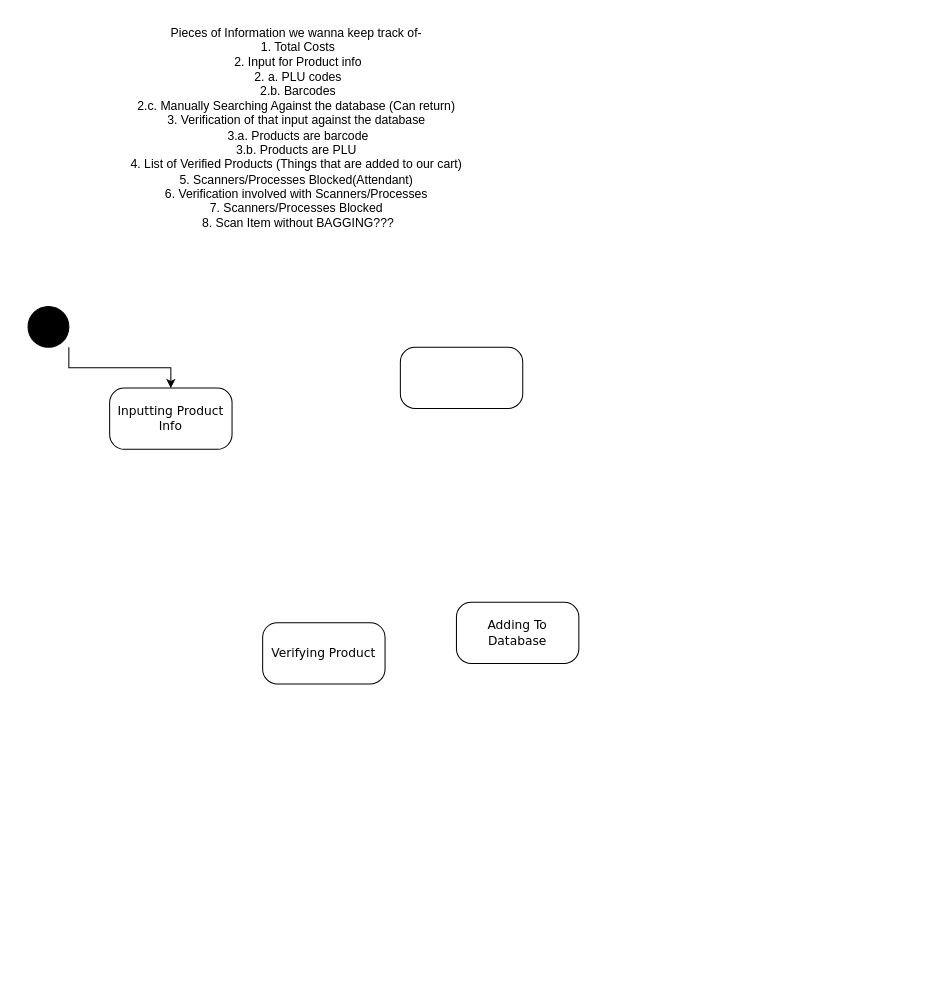
adam-25/Self-Checkout-System keeps this draw.io diagram as page "Scanning/Bagging" (2 of 2) of Diagrams/StateDiagrams/Untitled Diagram.drawio. Above is the earlier version. Source tidied: cells renumbered, new cells numbered last; positions are measured from the earlier drawing's top-left corner, leaving out a move shared by most shapes. Both pictures are drawn from the tidied source at 102%, with x=0, y=0 at pixel (17, 31).
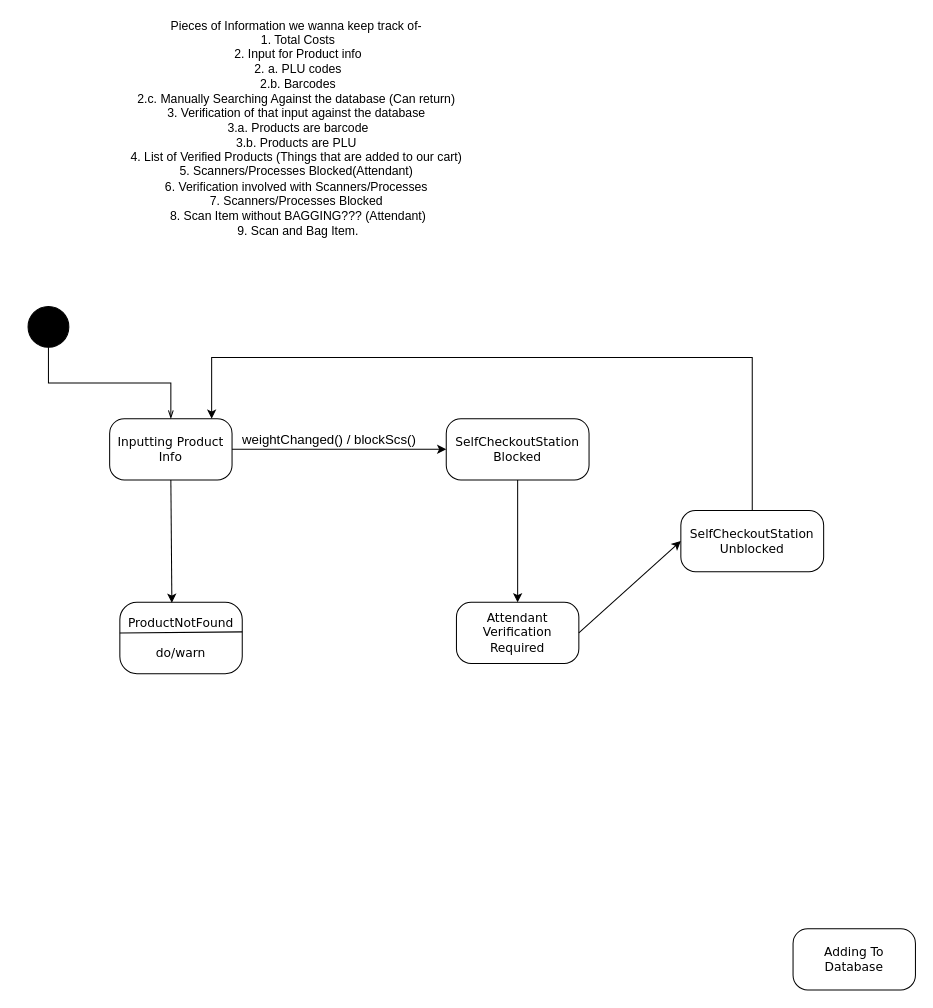
The same page after the edit.

Unchanged cells that the change refers to:
```xml
<mxCell id="8" style="shape=ellipse;html=1;fillColor=#000000;fontSize=18;fontColor=#ffffff;" parent="1" vertex="1">
  <mxGeometry x="10" y="270" width="40" height="40" as="geometry" />
</mxCell>
```

The edit, as a diff of the source:
```diff
@@
     <mxCell id="2" value="Adding To Database" style="rounded=1;whiteSpace=wrap;html=1;arcSize=24;shadow=0;comic=0;labelBackgroundColor=none;fontFamily=Verdana;fontSize=12;align=center;" parent="1" vertex="1">
-      <mxGeometry x="430" y="560" width="120" height="60" as="geometry" />
+      <mxGeometry x="760" y="880" width="120" height="60" as="geometry" />
     </mxCell>
-    <mxCell id="3" value="Verifying Product" style="rounded=1;whiteSpace=wrap;html=1;arcSize=24;shadow=0;comic=0;labelBackgroundColor=none;fontFamily=Verdana;fontSize=12;align=center;" parent="1" vertex="1">
-      <mxGeometry x="240" y="580" width="120" height="60" as="geometry" />
+    <mxCell id="3" value="&lt;div&gt;&lt;span&gt;&lt;font style=&quot;font-size: 12px&quot;&gt;ProductNotFound&lt;/font&gt;&lt;/span&gt;&lt;/div&gt;&lt;div&gt;&lt;span&gt;&lt;font style=&quot;font-size: 12px&quot;&gt;&lt;br&gt;&lt;/font&gt;&lt;/span&gt;&lt;/div&gt;&lt;div&gt;&lt;span&gt;&lt;font style=&quot;font-size: 12px&quot;&gt;do/warn&lt;/font&gt;&lt;/span&gt;&lt;/div&gt;" style="rounded=1;whiteSpace=wrap;html=1;arcSize=24;shadow=0;comic=0;labelBackgroundColor=none;fontFamily=Verdana;fontSize=12;align=center;" parent="1" vertex="1">
+      <mxGeometry x="100" y="560" width="120" height="70" as="geometry" />
     </mxCell>
-    <mxCell id="4" style="rounded=1;whiteSpace=wrap;html=1;arcSize=24;shadow=0;comic=0;labelBackgroundColor=none;fontFamily=Verdana;fontSize=12;align=center;" parent="1" vertex="1">
-      <mxGeometry x="375" y="310" width="120" height="60" as="geometry" />
+    <mxCell id="4" value="SelfCheckoutStation Blocked" style="rounded=1;whiteSpace=wrap;html=1;arcSize=24;shadow=0;comic=0;labelBackgroundColor=none;fontFamily=Verdana;fontSize=12;align=center;" parent="1" vertex="1">
+      <mxGeometry x="420" y="380" width="140" height="60" as="geometry" />
     </mxCell>
-    <mxCell id="5" value="Pieces of Information we wanna keep track of-&amp;nbsp;&lt;br&gt;1. Total Costs&lt;br&gt;2. Input for Product info&lt;br&gt;2. a. PLU codes&lt;br&gt;2.b. Barcodes&lt;br&gt;2.c. Manually Searching Against the database (Can return)&amp;nbsp;&lt;br&gt;3. Verification of that input against the database&amp;nbsp;&lt;br&gt;3.a. Products are barcode&lt;br&gt;3.b. Products are PLU&amp;nbsp;&lt;br&gt;4. List of Verified Products (Things that are added to our cart)&amp;nbsp;&lt;br&gt;5. Scanners/Processes Blocked(Attendant)&amp;nbsp;&lt;br&gt;6. Verification involved with Scanners/Processes&amp;nbsp;&lt;br&gt;7. Scanners/Processes Blocked&amp;nbsp;&lt;br&gt;8. Scan Item without BAGGING???" style="text;html=1;strokeColor=none;fillColor=none;align=center;verticalAlign=middle;whiteSpace=wrap;rounded=0;" parent="1" vertex="1">
+    <mxCell id="5" value="Pieces of Information we wanna keep track of-&amp;nbsp;&lt;br&gt;1. Total Costs&lt;br&gt;2. Input for Product info&lt;br&gt;2. a. PLU codes&lt;br&gt;2.b. Barcodes&lt;br&gt;2.c. Manually Searching Against the database (Can return)&amp;nbsp;&lt;br&gt;3. Verification of that input against the database&amp;nbsp;&lt;br&gt;3.a. Products are barcode&lt;br&gt;3.b. Products are PLU&amp;nbsp;&lt;br&gt;4. List of Verified Products (Things that are added to our cart)&amp;nbsp;&lt;br&gt;5. Scanners/Processes Blocked(Attendant)&amp;nbsp;&lt;br&gt;6. Verification involved with Scanners/Processes&amp;nbsp;&lt;br&gt;7. Scanners/Processes Blocked&amp;nbsp;&lt;br&gt;8. Scan Item without BAGGING??? (Attendant)&lt;br&gt;9. Scan and Bag Item.&lt;br&gt;" style="text;html=1;strokeColor=none;fillColor=none;align=center;verticalAlign=middle;whiteSpace=wrap;rounded=0;" parent="1" vertex="1">
       <mxGeometry width="550" height="190" as="geometry" />
     </mxCell>
     <mxCell id="6" value="Inputting Product Info" style="rounded=1;whiteSpace=wrap;html=1;arcSize=24;shadow=0;comic=0;labelBackgroundColor=none;fontFamily=Verdana;fontSize=12;align=center;" parent="1" vertex="1">
-      <mxGeometry x="90" y="350" width="120" height="60" as="geometry" />
+      <mxGeometry x="90" y="380" width="120" height="60" as="geometry" />
     </mxCell>
-    <mxCell id="7" style="edgeStyle=orthogonalEdgeStyle;rounded=0;jettySize=auto;html=1;exitX=1;exitY=1;exitDx=0;exitDy=0;" parent="1" edge="1" source="8" target="6">
-      <mxGeometry relative="1" as="geometry" />
+    <mxCell id="7" style="edgeStyle=orthogonalEdgeStyle;rounded=0;jettySize=auto;html=1;endArrow=openThin;endFill=0;" parent="1" edge="1" target="6">
+      <mxGeometry relative="1" as="geometry">
+        <mxPoint x="30" y="330" as="sourcePoint" />
+        <Array as="points">
+          <mxPoint x="30" y="310" />
+          <mxPoint x="30" y="345" />
+          <mxPoint x="150" y="345" />
+        </Array>
+      </mxGeometry>
     </mxCell>
@@
+    <mxCell id="9" style="endArrow=none;html=1;rounded=0;fontSize=12;exitX=0;exitY=0.429;exitDx=0;exitDy=0;entryX=1;entryY=0.414;entryDx=0;entryDy=0;exitPerimeter=0;entryPerimeter=0;" parent="1" edge="1" source="3" target="3">
+      <mxGeometry relative="1" as="geometry" />
+    </mxCell>
+    <mxCell id="10" style="endArrow=classic;html=1;rounded=0;fontSize=13;exitX=0.5;exitY=1;exitDx=0;exitDy=0;entryX=0.425;entryY=0.007;entryDx=0;entryDy=0;entryPerimeter=0;" parent="1" edge="1" source="6" target="3">
+      <mxGeometry relative="1" as="geometry" />
+    </mxCell>
+    <mxCell id="11" value="Attendant Verification Required" style="rounded=1;whiteSpace=wrap;html=1;arcSize=24;shadow=0;comic=0;labelBackgroundColor=none;fontFamily=Verdana;fontSize=12;align=center;" parent="1" vertex="1">
+      <mxGeometry x="430" y="560" width="120" height="60" as="geometry" />
+    </mxCell>
+    <mxCell id="12" value="SelfCheckoutStation Unblocked" style="rounded=1;whiteSpace=wrap;html=1;arcSize=24;shadow=0;comic=0;labelBackgroundColor=none;fontFamily=Verdana;fontSize=12;align=center;" parent="1" vertex="1">
+      <mxGeometry x="650" y="470" width="140" height="60" as="geometry" />
+    </mxCell>
+    <mxCell id="13" style="endArrow=classic;html=1;rounded=0;fontSize=13;exitX=1;exitY=0.5;exitDx=0;exitDy=0;entryX=0;entryY=0.5;entryDx=0;entryDy=0;" parent="1" edge="1" source="6" target="4">
+      <mxGeometry relative="1" as="geometry" />
+    </mxCell>
+    <mxCell id="14" style="endArrow=classic;html=1;rounded=0;fontSize=13;exitX=0.5;exitY=1;exitDx=0;exitDy=0;entryX=0.5;entryY=0;entryDx=0;entryDy=0;" parent="1" edge="1" source="4" target="11">
+      <mxGeometry relative="1" as="geometry" />
+    </mxCell>
+    <mxCell id="15" style="endArrow=classic;html=1;rounded=0;fontSize=13;exitX=1;exitY=0.5;exitDx=0;exitDy=0;entryX=0;entryY=0.5;entryDx=0;entryDy=0;" parent="1" edge="1" source="11" target="12">
+      <mxGeometry relative="1" as="geometry" />
+    </mxCell>
+    <mxCell id="16" style="endArrow=classic;html=1;rounded=0;fontSize=13;" parent="1" edge="1" source="12">
+      <mxGeometry relative="1" as="geometry">
+        <mxPoint x="190" y="380" as="targetPoint" />
+        <Array as="points">
+          <mxPoint x="720" y="320" />
+          <mxPoint x="190" y="320" />
+        </Array>
+      </mxGeometry>
+    </mxCell>
+    <mxCell id="17" value="weightChanged() / blockScs()" style="text;html=1;align=center;verticalAlign=middle;strokeColor=none;fillColor=none;fontSize=13;" parent="1" vertex="1">
+      <mxGeometry x="210" y="390" width="190" height="20" as="geometry" />
+    </mxCell>
```
